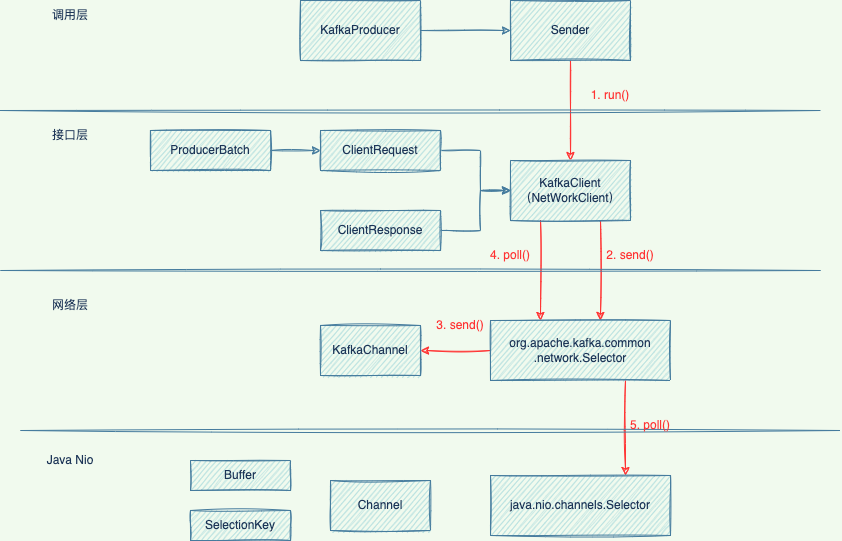
zgyyq/blog keeps this draw.io diagram as img/kafka源码系列/kafka网络层设计.png. Above is the earlier version. Source tidied: cells renumbered, new cells last; positions are measured from the earlier drawing's top-left corner, leaving out a move shared by most shapes.
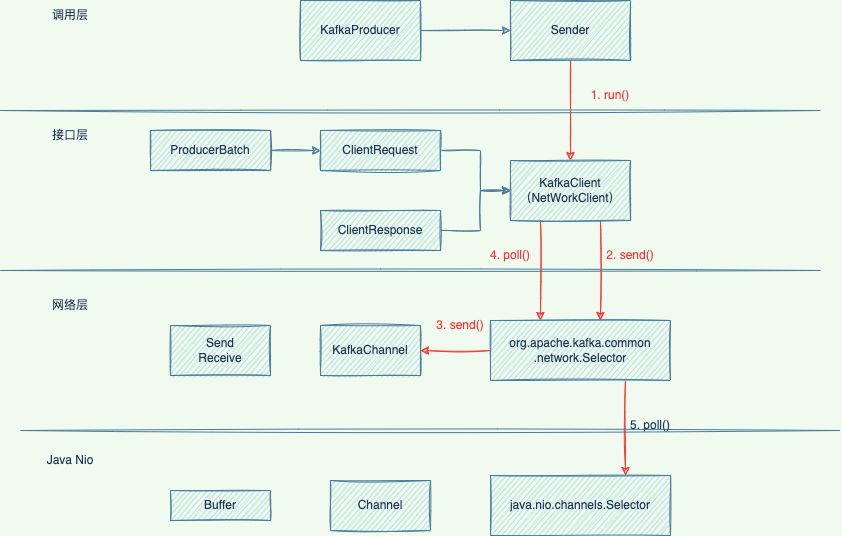
The same file after the commit.

What changed in the source:
```diff
@@ -99,18 +99,15 @@
     <mxCell id="26" value="java.nio.channels.Selector" style="rounded=0;whiteSpace=wrap;html=1;fillColor=#A8DADC;strokeColor=#457B9D;fontColor=#1D3557;sketch=1;" parent="1" vertex="1">
       <mxGeometry x="490" y="475" width="180" height="60" as="geometry" />
     </mxCell>
-    <mxCell id="27" value="&lt;font color=&quot;#ff3333&quot;&gt;5. poll()&lt;/font&gt;" style="text;html=1;strokeColor=none;fillColor=none;align=center;verticalAlign=middle;whiteSpace=wrap;rounded=0;fontColor=#1D3557;sketch=1;" parent="1" vertex="1">
+    <mxCell id="27" value="5. poll()" style="text;html=1;strokeColor=none;fillColor=none;align=center;verticalAlign=middle;whiteSpace=wrap;rounded=0;fontColor=#1D3557;sketch=1;" parent="1" vertex="1">
       <mxGeometry x="620" y="410" width="60" height="30" as="geometry" />
     </mxCell>
     <mxCell id="28" value="Channel" style="rounded=0;whiteSpace=wrap;html=1;fillColor=#A8DADC;strokeColor=#457B9D;fontColor=#1D3557;sketch=1;" parent="1" vertex="1">
       <mxGeometry x="330" y="480" width="100" height="50" as="geometry" />
     </mxCell>
     <mxCell id="29" value="Buffer" style="rounded=0;whiteSpace=wrap;html=1;fillColor=#A8DADC;strokeColor=#457B9D;fontColor=#1D3557;sketch=1;" parent="1" vertex="1">
-      <mxGeometry x="190" y="460" width="100" height="30" as="geometry" />
+      <mxGeometry x="170" y="490" width="100" height="30" as="geometry" />
     </mxCell>
-    <mxCell id="30" value="SelectionKey" style="rounded=0;whiteSpace=wrap;html=1;fillColor=#A8DADC;strokeColor=#457B9D;fontColor=#1D3557;sketch=1;" parent="1" vertex="1">
-      <mxGeometry x="190" y="510" width="100" height="30" as="geometry" />
-    </mxCell>
     <mxCell id="31" value="调用层" style="text;html=1;strokeColor=none;fillColor=none;align=center;verticalAlign=middle;whiteSpace=wrap;rounded=0;fontColor=#1D3557;sketch=1;" parent="1" vertex="1">
       <mxGeometry x="40" width="60" height="30" as="geometry" />
     </mxCell>
@@ -123,5 +120,8 @@
     <mxCell id="34" value="Java Nio" style="text;html=1;strokeColor=none;fillColor=none;align=center;verticalAlign=middle;whiteSpace=wrap;rounded=0;fontColor=#1D3557;sketch=1;" parent="1" vertex="1">
       <mxGeometry x="20" y="445" width="100" height="30" as="geometry" />
     </mxCell>
+    <mxCell id="35" value="Send&lt;br&gt;Receive" style="rounded=0;whiteSpace=wrap;html=1;fillColor=#A8DADC;strokeColor=#457B9D;fontColor=#1D3557;sketch=1;" parent="1" vertex="1">
+      <mxGeometry x="170" y="325" width="100" height="50" as="geometry" />
+    </mxCell>
   </root>
 </mxGraphModel>
```
